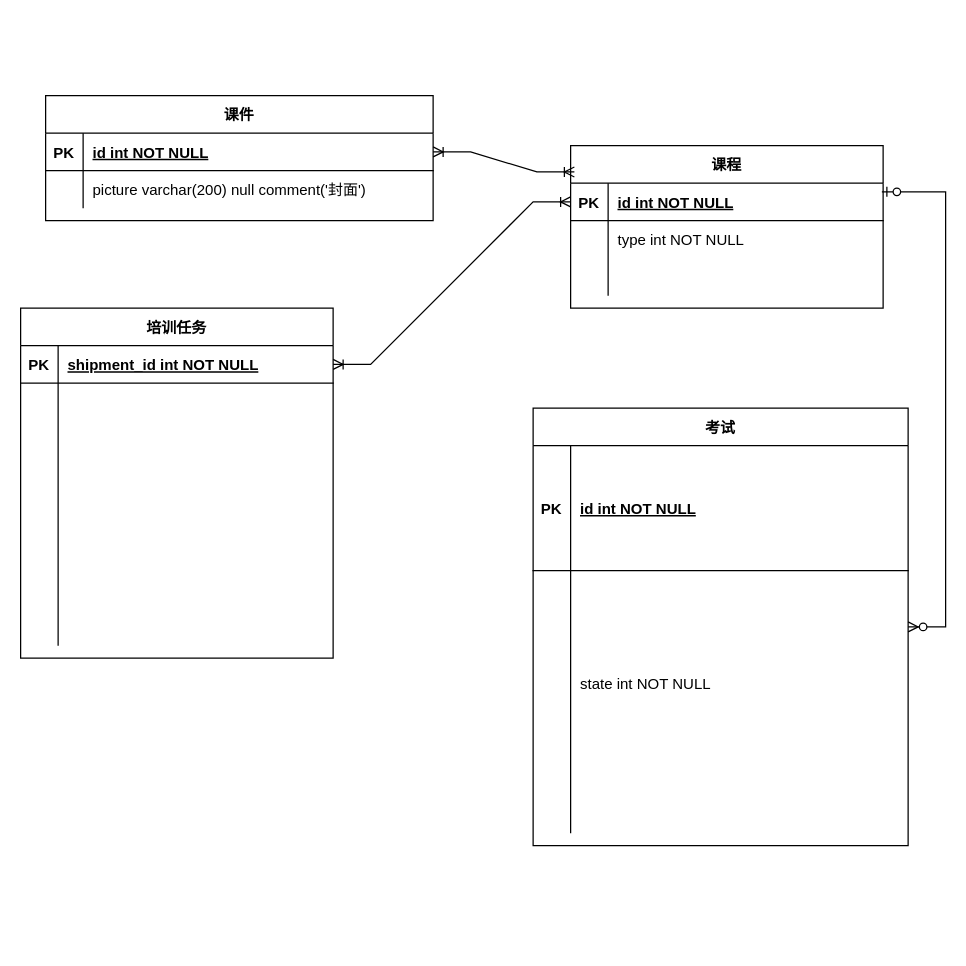
Before: education.drawio in jasonTong1/diagram, a draw.io diagram. Source tidied: cells renumbered, new cells numbered last; positions are measured from the earlier drawing's top-left corner, leaving out a move shared by most shapes. Both pictures are drawn from the tidied source at 125%, with x=0, y=0 at pixel (20, 95).
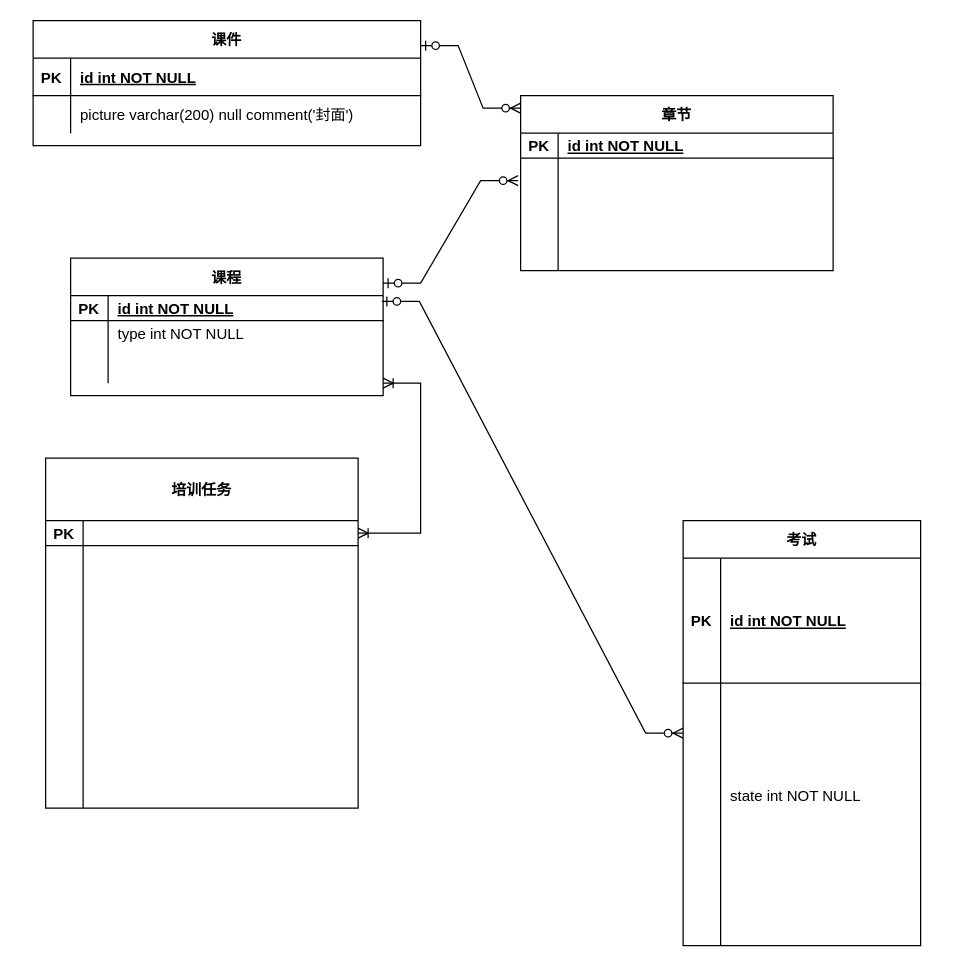
After the change.

Unchanged cells that the change refers to:
```xml
<mxCell id="23" style="shape=partialRectangle;fillColor=none;points=[[0,0.5],[1,0.5]];portConstraint=eastwest;top=0;left=0;right=0;bottom=1;" parent="22" vertex="1">
  <mxGeometry y="30" width="310" height="30" as="geometry" />
</mxCell>
```

Diff of the diagram source:
```diff
@@
     <mxCell id="2" value="课程" style="shape=table;startSize=30;childLayout=tableLayout;rowLines=0;fontStyle=1;align=center;" parent="1" vertex="1">
-      <mxGeometry x="440" y="40" width="250" height="130" as="geometry" />
+      <mxGeometry x="40" y="130" width="250" height="110" as="geometry" />
     </mxCell>
     <mxCell id="3" style="shape=partialRectangle;fillColor=none;points=[[0,0.5],[1,0.5]];portConstraint=eastwest;top=0;left=0;right=0;bottom=1;" parent="2" vertex="1">
-      <mxGeometry y="30" width="250" height="30" as="geometry" />
+      <mxGeometry y="30" width="250" height="20" as="geometry" />
     </mxCell>
     <mxCell id="4" value="PK" style="shape=partialRectangle;overflow=hidden;fillColor=none;top=0;left=0;bottom=0;right=0;fontStyle=1;" parent="3" vertex="1">
-      <mxGeometry width="30" height="30" as="geometry" />
+      <mxGeometry width="30" height="20" as="geometry" />
     </mxCell>
     <mxCell id="5" value="id int NOT NULL " style="shape=partialRectangle;overflow=hidden;fillColor=none;top=0;left=0;bottom=0;right=0;align=left;spacingLeft=6;fontStyle=5;" parent="3" vertex="1">
-      <mxGeometry x="30" width="220" height="30" as="geometry" />
+      <mxGeometry x="30" width="220" height="20" as="geometry" />
     </mxCell>
     <mxCell id="6" style="shape=partialRectangle;fillColor=none;top=0;left=0;right=0;bottom=0;" parent="2" vertex="1">
-      <mxGeometry y="60" width="250" height="30" as="geometry" />
+      <mxGeometry y="50" width="250" height="20" as="geometry" />
     </mxCell>
     <mxCell id="7" style="shape=partialRectangle;overflow=hidden;fillColor=none;top=0;left=0;bottom=0;right=0;" parent="6" vertex="1">
-      <mxGeometry width="30" height="30" as="geometry" />
+      <mxGeometry width="30" height="20" as="geometry" />
     </mxCell>
     <mxCell id="8" value="type int NOT NULL" style="shape=partialRectangle;overflow=hidden;fillColor=none;top=0;left=0;bottom=0;right=0;align=left;spacingLeft=6;" parent="6" vertex="1">
-      <mxGeometry x="30" width="220" height="30" as="geometry" />
+      <mxGeometry x="30" width="220" height="20" as="geometry" />
     </mxCell>
     <mxCell id="9" style="shape=partialRectangle;fillColor=none;top=0;left=0;right=0;bottom=0;" parent="2" vertex="1">
-      <mxGeometry y="90" width="250" height="30" as="geometry" />
+      <mxGeometry y="70" width="250" height="30" as="geometry" />
     </mxCell>
@@
-    <mxCell id="12" value="培训任务" style="shape=table;startSize=30;childLayout=tableLayout;rowLines=0;fontStyle=1;align=center;" parent="1" vertex="1">
-      <mxGeometry y="170" width="250" height="280" as="geometry" />
+    <mxCell id="12" value="培训任务" style="shape=table;startSize=50;childLayout=tableLayout;rowLines=0;fontStyle=1;align=center;" parent="1" vertex="1">
+      <mxGeometry x="20" y="290" width="250" height="280" as="geometry" />
     </mxCell>
     <mxCell id="13" style="shape=partialRectangle;fillColor=none;points=[[0,0.5],[1,0.5]];portConstraint=eastwest;top=0;left=0;right=0;bottom=1;" parent="12" vertex="1">
-      <mxGeometry y="30" width="250" height="30" as="geometry" />
+      <mxGeometry y="50" width="250" height="20" as="geometry" />
     </mxCell>
     <mxCell id="14" value="PK" style="shape=partialRectangle;overflow=hidden;fillColor=none;top=0;left=0;bottom=0;right=0;fontStyle=1;" parent="13" vertex="1">
-      <mxGeometry width="30" height="30" as="geometry" />
+      <mxGeometry width="30" height="20" as="geometry" />
     </mxCell>
-    <mxCell id="15" value="shipment_id int NOT NULL " style="shape=partialRectangle;overflow=hidden;fillColor=none;top=0;left=0;bottom=0;right=0;align=left;spacingLeft=6;fontStyle=5;" parent="13" vertex="1">
-      <mxGeometry x="30" width="220" height="30" as="geometry" />
+    <mxCell id="15" style="shape=partialRectangle;overflow=hidden;fillColor=none;top=0;left=0;bottom=0;right=0;align=left;spacingLeft=6;fontStyle=5;" parent="13" vertex="1">
+      <mxGeometry x="30" width="220" height="20" as="geometry" />
     </mxCell>
     <mxCell id="16" style="shape=partialRectangle;fillColor=none;top=0;left=0;right=0;bottom=0;" parent="12" vertex="1">
-      <mxGeometry y="60" width="250" height="180" as="geometry" />
+      <mxGeometry y="70" width="250" height="180" as="geometry" />
     </mxCell>
@@
     <mxCell id="19" style="shape=partialRectangle;fillColor=none;top=0;left=0;right=0;bottom=0;" parent="12" vertex="1">
-      <mxGeometry y="240" width="250" height="30" as="geometry" />
+      <mxGeometry y="250" width="250" height="30" as="geometry" />
     </mxCell>
@@
     <mxCell id="22" value="课件" style="shape=table;startSize=30;childLayout=tableLayout;rowLines=0;fontStyle=1;align=center;" parent="1" vertex="1">
-      <mxGeometry x="20" width="310" height="100" as="geometry" />
+      <mxGeometry x="10" y="-60" width="310" height="100" as="geometry" />
     </mxCell>
@@
-    <mxCell id="29" style="edgeStyle=entityRelationEdgeStyle;fontSize=12;html=1;endArrow=ERoneToMany;startArrow=ERoneToMany;rounded=0;exitX=1;exitY=0.5;exitDx=0;exitDy=0;entryX=0.012;entryY=0.162;entryDx=0;entryDy=0;entryPerimeter=0;" parent="1" edge="1" source="23" target="2">
-      <mxGeometry relative="1" as="geometry" />
-    </mxCell>
-    <mxCell id="30" style="edgeStyle=entityRelationEdgeStyle;fontSize=12;html=1;endArrow=ERoneToMany;startArrow=ERoneToMany;rounded=0;entryX=1;entryY=0.5;entryDx=0;entryDy=0;" parent="1" edge="1" source="3" target="13">
-      <mxGeometry relative="1" as="geometry" />
+    <mxCell id="30" style="edgeStyle=entityRelationEdgeStyle;fontSize=12;html=1;endArrow=ERoneToMany;startArrow=ERoneToMany;rounded=0;entryX=1;entryY=0.5;entryDx=0;entryDy=0;" parent="1" edge="1" target="13">
+      <mxGeometry relative="1" as="geometry">
+        <mxPoint x="290" y="230" as="sourcePoint" />
+      </mxGeometry>
     </mxCell>
     <mxCell id="31" value="考试" style="shape=table;startSize=30;childLayout=tableLayout;rowLines=0;fontStyle=1;align=center;" parent="1" vertex="1">
-      <mxGeometry x="410" y="250" width="300" height="350" as="geometry" />
+      <mxGeometry x="530" y="340" width="190" height="340" as="geometry" />
     </mxCell>
     <mxCell id="32" style="shape=partialRectangle;fillColor=none;top=0;left=0;right=0;bottom=1;" parent="31" vertex="1">
-      <mxGeometry y="30" width="300" height="100" as="geometry" />
+      <mxGeometry y="30" width="190" height="100" as="geometry" />
     </mxCell>
@@
     <mxCell id="34" value="id int NOT NULL " style="shape=partialRectangle;overflow=hidden;fillColor=none;top=0;left=0;bottom=0;right=0;align=left;spacingLeft=6;fontStyle=5;" parent="32" vertex="1">
-      <mxGeometry x="30" width="270" height="100" as="geometry" />
+      <mxGeometry x="30" width="160" height="100" as="geometry" />
     </mxCell>
     <mxCell id="35" style="shape=partialRectangle;fillColor=none;top=0;left=0;right=0;bottom=0;" parent="31" vertex="1">
-      <mxGeometry y="130" width="300" height="180" as="geometry" />
+      <mxGeometry y="130" width="190" height="180" as="geometry" />
     </mxCell>
@@
     <mxCell id="37" value="state int NOT NULL" style="shape=partialRectangle;overflow=hidden;fillColor=none;top=0;left=0;bottom=0;right=0;align=left;spacingLeft=6;" parent="35" vertex="1">
-      <mxGeometry x="30" width="270" height="180" as="geometry" />
+      <mxGeometry x="30" width="160" height="180" as="geometry" />
     </mxCell>
     <mxCell id="38" style="shape=partialRectangle;fillColor=none;top=0;left=0;right=0;bottom=0;" parent="31" vertex="1">
-      <mxGeometry y="310" width="300" height="30" as="geometry" />
+      <mxGeometry y="310" width="190" height="30" as="geometry" />
     </mxCell>
@@
     <mxCell id="40" style="shape=partialRectangle;overflow=hidden;fillColor=none;top=0;left=0;bottom=0;right=0;align=left;spacingLeft=6;" parent="38" vertex="1">
-      <mxGeometry x="30" width="270" height="30" as="geometry" />
+      <mxGeometry x="30" width="160" height="30" as="geometry" />
     </mxCell>
@@
+    <mxCell id="42" value="章节" style="shape=table;startSize=30;childLayout=tableLayout;rowLines=0;fontStyle=1;align=center;" parent="1" vertex="1">
+      <mxGeometry x="400" width="250" height="140" as="geometry" />
+    </mxCell>
+    <mxCell id="43" style="shape=partialRectangle;fillColor=none;top=0;left=0;right=0;bottom=1;" parent="42" vertex="1">
+      <mxGeometry y="30" width="250" height="20" as="geometry" />
+    </mxCell>
+    <mxCell id="44" value="PK" style="shape=partialRectangle;overflow=hidden;fillColor=none;top=0;left=0;bottom=0;right=0;fontStyle=1;" parent="43" vertex="1">
+      <mxGeometry width="30" height="20" as="geometry" />
+    </mxCell>
+    <mxCell id="45" value="id int NOT NULL " style="shape=partialRectangle;overflow=hidden;fillColor=none;top=0;left=0;bottom=0;right=0;align=left;spacingLeft=6;fontStyle=5;" parent="43" vertex="1">
+      <mxGeometry x="30" width="220" height="20" as="geometry" />
+    </mxCell>
+    <mxCell id="46" style="shape=partialRectangle;fillColor=none;points=[[0,0.5],[1,0.5]];portConstraint=eastwest;top=0;left=0;right=0;bottom=0;" parent="42" vertex="1">
+      <mxGeometry y="50" width="250" height="60" as="geometry" />
+    </mxCell>
+    <mxCell id="47" style="shape=partialRectangle;overflow=hidden;fillColor=none;top=0;left=0;bottom=0;right=0;" parent="46" vertex="1">
+      <mxGeometry width="30" height="60" as="geometry" />
+    </mxCell>
+    <mxCell id="48" style="shape=partialRectangle;overflow=hidden;fillColor=none;top=0;left=0;bottom=0;right=0;align=left;spacingLeft=6;" parent="46" vertex="1">
+      <mxGeometry x="30" width="220" height="60" as="geometry" />
+    </mxCell>
+    <mxCell id="49" style="shape=partialRectangle;fillColor=none;top=0;left=0;right=0;bottom=0;" parent="42" vertex="1">
+      <mxGeometry y="110" width="250" height="30" as="geometry" />
+    </mxCell>
+    <mxCell id="50" style="shape=partialRectangle;overflow=hidden;fillColor=none;top=0;left=0;bottom=0;right=0;" parent="49" vertex="1">
+      <mxGeometry width="30" height="30" as="geometry" />
+    </mxCell>
+    <mxCell id="51" style="shape=partialRectangle;overflow=hidden;fillColor=none;top=0;left=0;bottom=0;right=0;align=left;spacingLeft=6;" parent="49" vertex="1">
+      <mxGeometry x="30" width="220" height="30" as="geometry" />
+    </mxCell>
+    <mxCell id="52" style="edgeStyle=entityRelationEdgeStyle;fontSize=12;html=1;endArrow=ERzeroToMany;startArrow=ERzeroToOne;rounded=0;entryX=-0.008;entryY=0.3;entryDx=0;entryDy=0;entryPerimeter=0;" parent="1" edge="1" target="46">
+      <mxGeometry relative="1" as="geometry">
+        <mxPoint x="290" y="150" as="sourcePoint" />
+      </mxGeometry>
+    </mxCell>
+    <mxCell id="53" style="edgeStyle=entityRelationEdgeStyle;fontSize=12;html=1;endArrow=ERzeroToMany;startArrow=ERzeroToOne;rounded=0;" parent="1" edge="1">
+      <mxGeometry relative="1" as="geometry">
+        <mxPoint x="320" y="-40" as="sourcePoint" />
+        <mxPoint x="400" y="10" as="targetPoint" />
+      </mxGeometry>
+    </mxCell>
```
